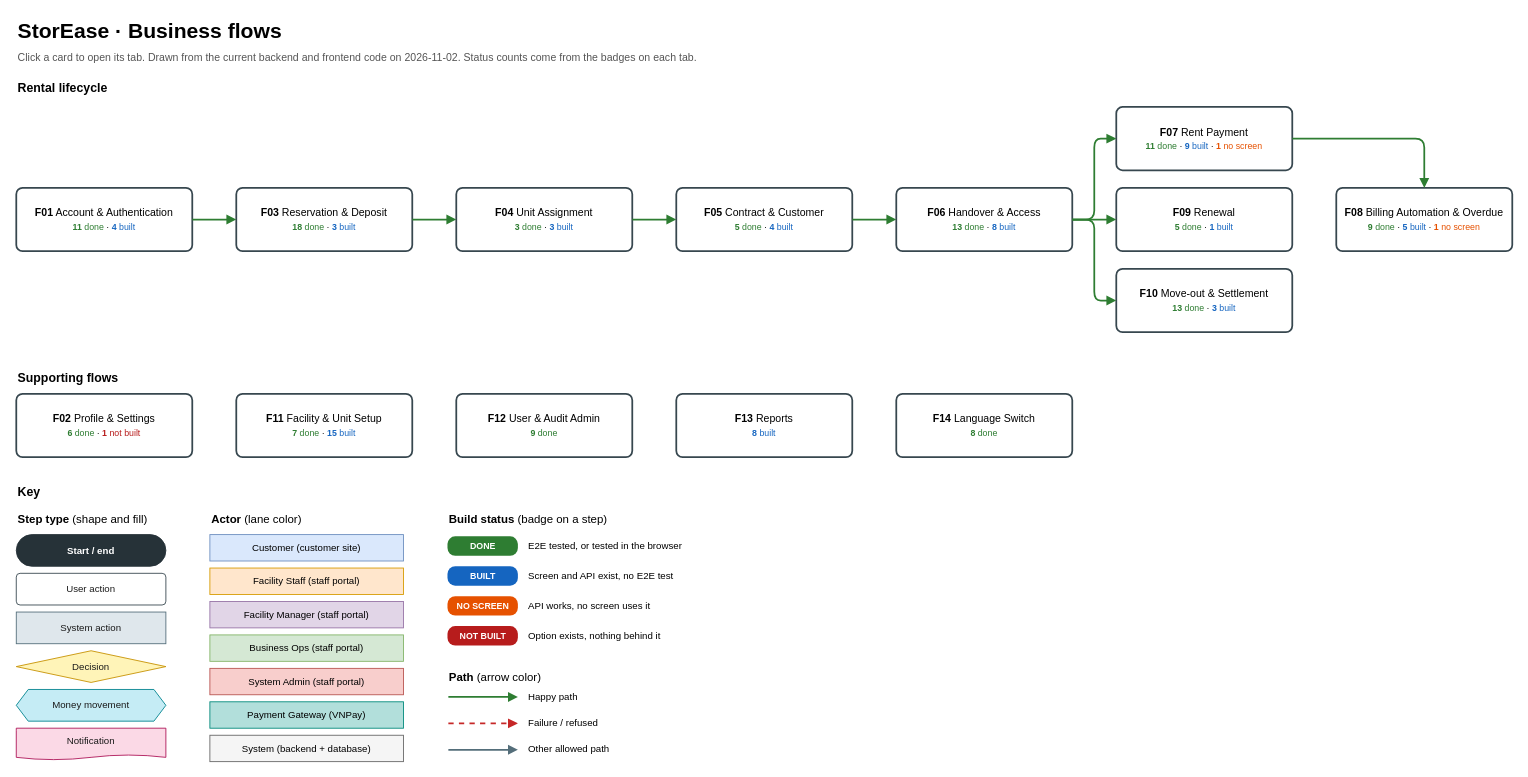
This is page "Overview" (1 of 15) of flows.drawio from MiKhangz/Self-Storage-Facility-FRONTEND, a draw.io file, before an edit. Source tidied: cells renumbered, new cells numbered last; positions are measured from the earlier drawing's top-left corner, leaving out a move shared by most shapes. Both pictures are drawn from the tidied source at 88%, with x=0, y=0 at pixel (16, 15).
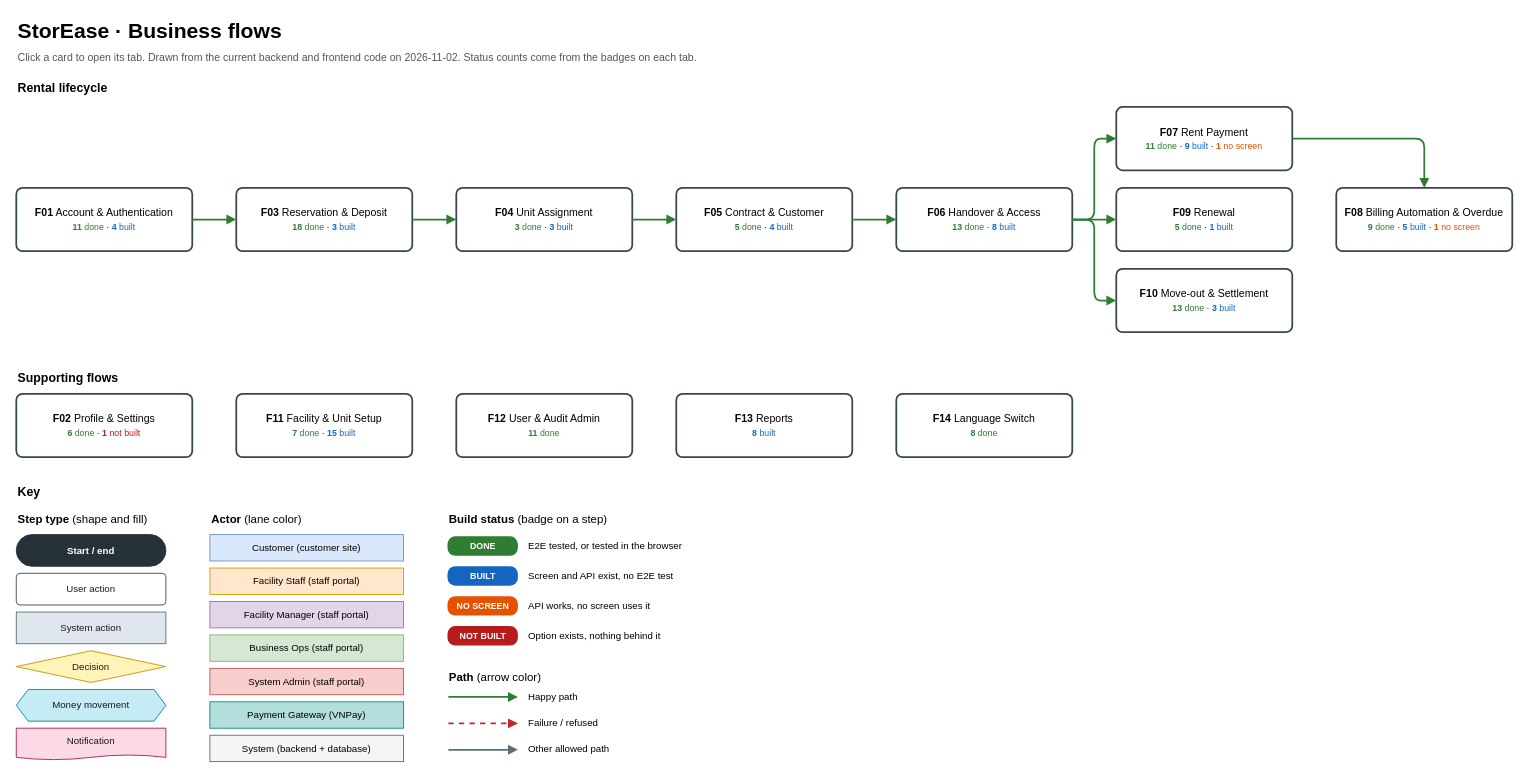
The same page after the edit.

Commit message (it also covers changes not shown here):
docs(flows): activity log covers every role, with filters and a per-user view

Diff of the diagram source:
```diff
@@
-    <mxCell id="25" value="&lt;b&gt;F12&lt;/b&gt; User &amp; Audit Admin&lt;br&gt;&lt;font style=&quot;font-size:10px&quot;&gt;&lt;font color=&quot;#2e7d32&quot;&gt;&lt;b&gt;9&lt;/b&gt; done&lt;/font&gt;&lt;/font&gt;" style="rounded=1;arcSize=10;html=1;whiteSpace=wrap;fontSize=12;fillColor=#ffffff;strokeColor=#37474f;strokeWidth=2;" parent="1" vertex="1">
+    <mxCell id="25" value="&lt;b&gt;F12&lt;/b&gt; User &amp; Audit Admin&lt;br&gt;&lt;font style=&quot;font-size:10px&quot;&gt;&lt;font color=&quot;#2e7d32&quot;&gt;&lt;b&gt;11&lt;/b&gt; done&lt;/font&gt;&lt;/font&gt;" style="rounded=1;arcSize=10;html=1;whiteSpace=wrap;fontSize=12;fillColor=#ffffff;strokeColor=#37474f;strokeWidth=2;" parent="1" vertex="1">
       <mxGeometry x="500" y="430" width="200" height="72" as="geometry" />
     </mxCell>
```
